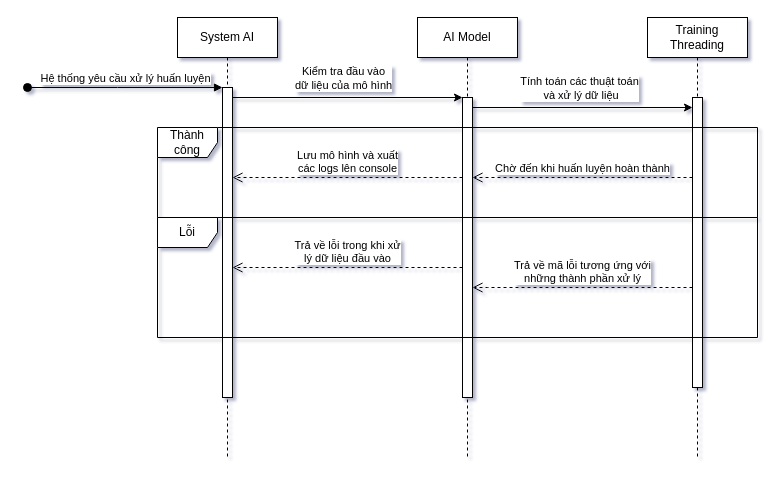
This is Diagrams/sequence/Sơ đồ Sequence huấn luyện mô hình.drawio from VennDev/EC-Recommend-System-Old, a draw.io file, before an edit. Source tidied: cells renumbered, new cells numbered last; positions are measured from the earlier drawing's top-left corner, leaving out a move shared by most shapes. Both pictures are drawn from the tidied source at 100%, with x=0, y=0 at pixel (27, 17).
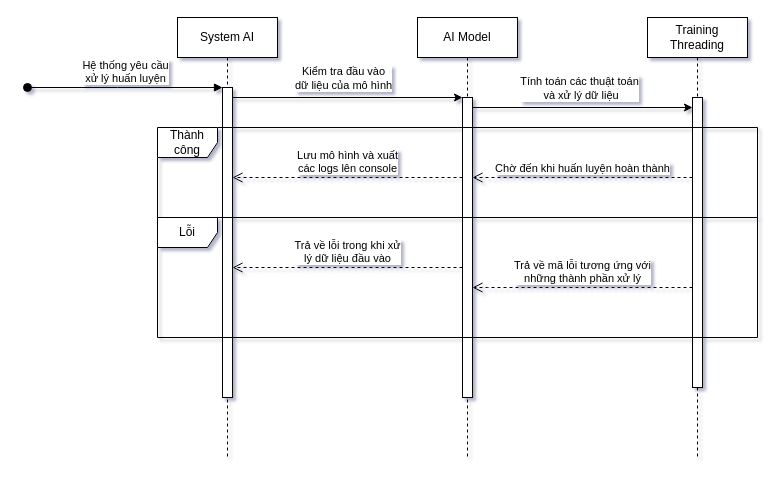
After the change.

The change refers to these unchanged cells:
```xml
<mxCell id="2" value="System AI" style="shape=umlLifeline;perimeter=lifelinePerimeter;whiteSpace=wrap;html=1;newEdgeStyle={&quot;edgeStyle&quot;:&quot;elbowEdgeStyle&quot;,&quot;elbow&quot;:&quot;vertical&quot;,&quot;curved&quot;:0,&quot;rounded&quot;:0};" parent="1" vertex="1">
  <mxGeometry x="150" width="100" height="440" as="geometry" />
</mxCell>
<mxCell id="3" style="html=1;points=[];perimeter=orthogonalPerimeter;outlineConnect=0;targetShapes=umlLifeline;portConstraint=eastwest;newEdgeStyle={&quot;edgeStyle&quot;:&quot;elbowEdgeStyle&quot;,&quot;elbow&quot;:&quot;vertical&quot;,&quot;curved&quot;:0,&quot;rounded&quot;:0};" parent="2" vertex="1">
  <mxGeometry x="45" y="70" width="10" height="310" as="geometry" />
</mxCell>
```

Diff of the diagram source:
```diff
@@
-    <mxCell id="4" value="Hệ thống yêu cầu xử lý huấn luyện" style="html=1;verticalAlign=bottom;startArrow=oval;endArrow=block;startSize=8;edgeStyle=elbowEdgeStyle;elbow=vertical;curved=0;rounded=0;" parent="2" edge="1" target="3">
+    <mxCell id="4" value="Hệ thống yêu cầu &lt;br&gt;xử lý huấn luyện" style="html=1;verticalAlign=bottom;startArrow=oval;endArrow=block;startSize=8;edgeStyle=elbowEdgeStyle;elbow=vertical;curved=0;rounded=0;" parent="2" edge="1" target="3">
       <mxGeometry relative="1" as="geometry">
         <mxPoint x="-150" y="70" as="sourcePoint" />
         <Array as="points">
           <mxPoint x="-60" y="70" />
         </Array>
       </mxGeometry>
     </mxCell>
```
